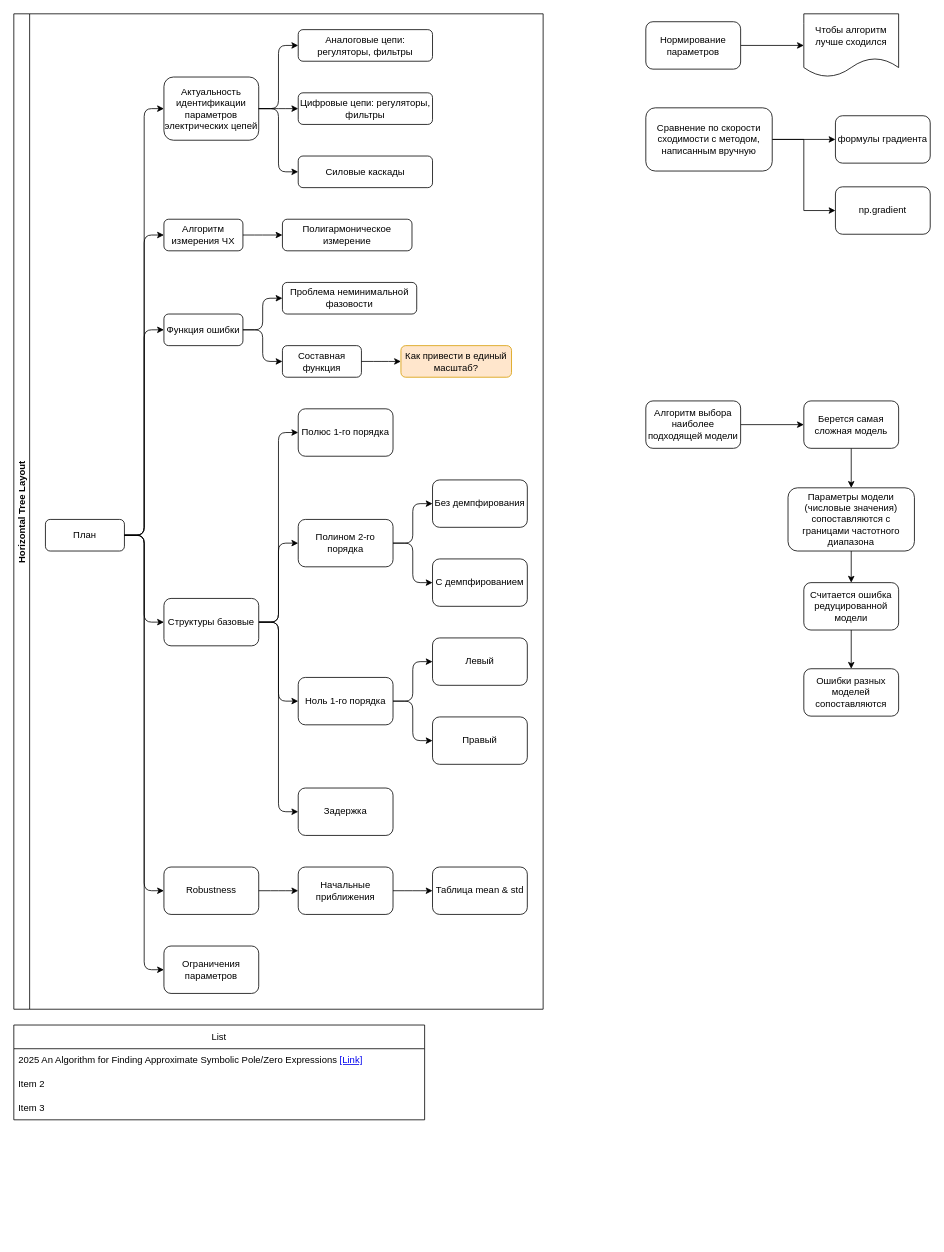
Before: diagrams/plan.drawio in romangorbunov91/frequency-models, a draw.io diagram. Source tidied: cells renumbered, new cells numbered last; positions are measured from the earlier drawing's top-left corner, leaving out a move shared by most shapes. Both pictures are drawn from the tidied source at 79%, with x=0, y=0 at pixel (13, 13).
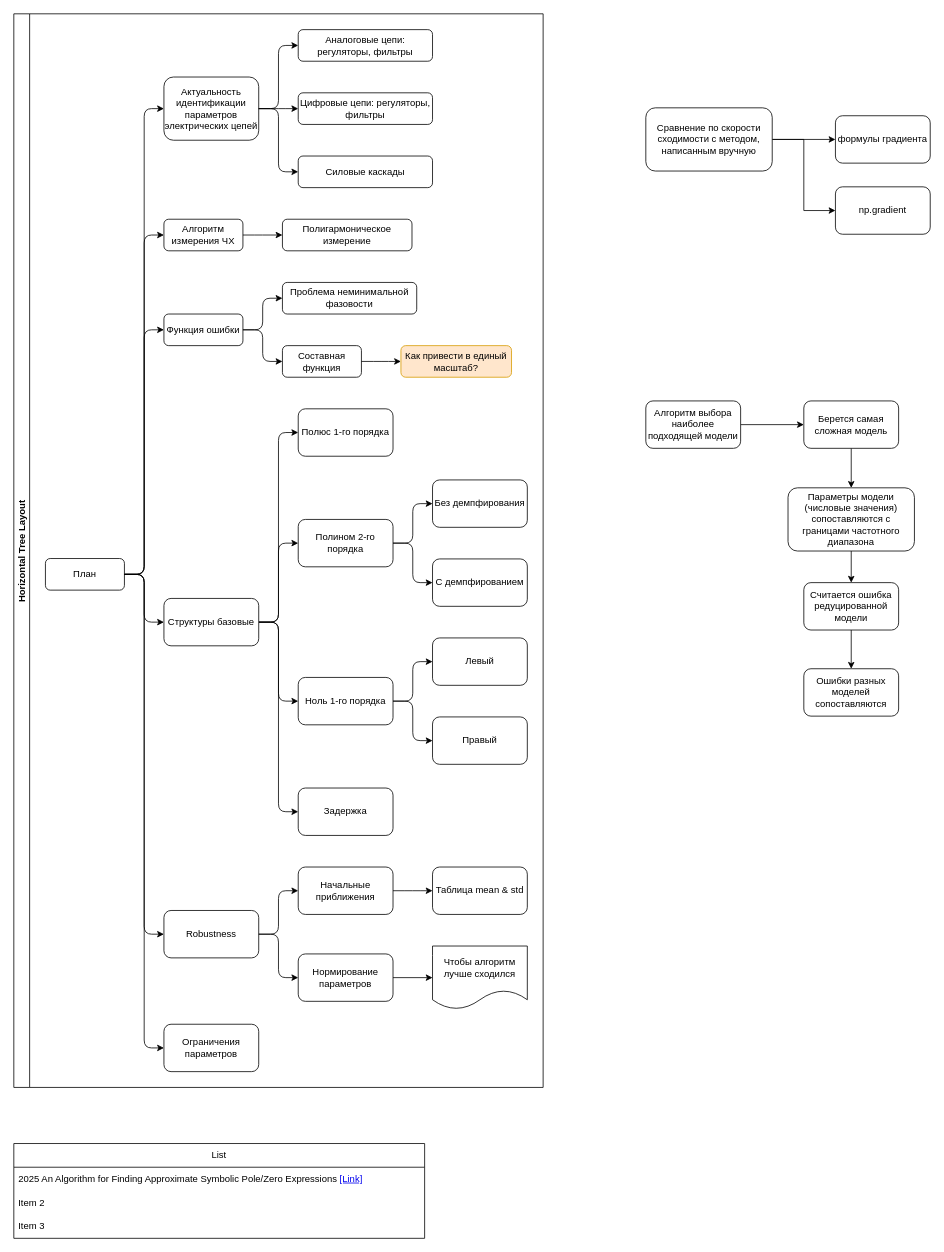
The same page after the edit.

What changed in the source:
```diff
@@
     <mxCell id="2" value="List" style="swimlane;fontStyle=0;horizontal=1;startSize=30;whiteSpace=wrap;html=1;" parent="1" vertex="1">
-      <mxGeometry y="1280" width="520" height="120" as="geometry" />
+      <mxGeometry y="1430" width="520" height="120" as="geometry" />
     </mxCell>
@@
     <mxCell id="6" value="Horizontal Tree Layout" style="swimlane;startSize=20;horizontal=0;horizontalTree=1;sortEdges=1;containerType=tree;fontSize=12;" parent="1" vertex="1">
-      <mxGeometry width="670" height="1260" as="geometry" />
+      <mxGeometry width="670" height="1359" as="geometry" />
     </mxCell>
     <mxCell id="7" value="План" style="whiteSpace=wrap;html=1;rounded=1;" parent="6" vertex="1">
-      <mxGeometry x="40" y="640" width="100" height="40" as="geometry" />
+      <mxGeometry x="40" y="689.5" width="100" height="40" as="geometry" />
     </mxCell>
@@
+    <mxCell id="71" style="edgeStyle=elbowEdgeStyle;rounded=1;jettySize=auto;html=1;entryX=0;entryY=0.5;entryDx=0;entryDy=0;curved=0;" parent="6" edge="1" source="46" target="60">
+      <mxGeometry relative="1" as="geometry" />
+    </mxCell>
     <mxCell id="46" value="Robustness" style="whiteSpace=wrap;html=1;rounded=1;" parent="6" vertex="1">
-      <mxGeometry x="190" y="1080" width="120" height="60" as="geometry" />
+      <mxGeometry x="190" y="1135" width="120" height="60" as="geometry" />
     </mxCell>
@@
     <mxCell id="52" value="Ограничения параметров" style="whiteSpace=wrap;html=1;rounded=1;" parent="6" vertex="1">
-      <mxGeometry x="190" y="1180" width="120" height="60" as="geometry" />
+      <mxGeometry x="190" y="1279" width="120" height="60" as="geometry" />
     </mxCell>
@@
+    <mxCell id="59" style="edgeStyle=orthogonalEdgeStyle;rounded=0;jettySize=auto;html=1;" parent="6" edge="1" source="60" target="70">
+      <mxGeometry relative="1" as="geometry" />
+    </mxCell>
+    <mxCell id="60" value="Нормирование параметров" style="whiteSpace=wrap;html=1;rounded=1;" parent="6" vertex="1">
+      <mxGeometry x="360" y="1190" width="120" height="60" as="geometry" />
+    </mxCell>
+    <mxCell id="70" value="Чтобы алгоритм лучше сходился" style="shape=document;whiteSpace=wrap;html=1;boundedLbl=1;rounded=1;" parent="6" vertex="1">
+      <mxGeometry x="530" y="1180" width="120" height="80" as="geometry" />
+    </mxCell>
@@
-    <mxCell id="59" style="edgeStyle=orthogonalEdgeStyle;rounded=0;jettySize=auto;html=1;" parent="1" edge="1" source="60" target="70">
-      <mxGeometry relative="1" as="geometry" />
-    </mxCell>
-    <mxCell id="60" value="Нормирование параметров" style="whiteSpace=wrap;html=1;rounded=1;" parent="1" vertex="1">
-      <mxGeometry x="800" y="10" width="120" height="60" as="geometry" />
-    </mxCell>
@@
-    <mxCell id="70" value="Чтобы алгоритм лучше сходился" style="shape=document;whiteSpace=wrap;html=1;boundedLbl=1;rounded=1;" parent="1" vertex="1">
-      <mxGeometry x="1000" width="120" height="80" as="geometry" />
-    </mxCell>
```
